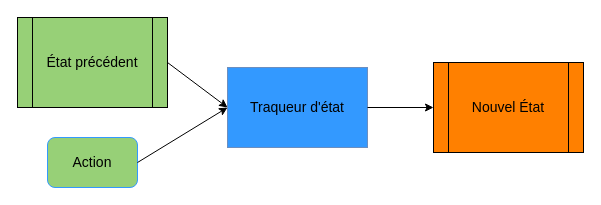
The draw.io diagram images/Conception/DM/Tracker1.drawio in Wissben/Master-Thesis, before the edit. Source tidied: cells renumbered, new cells numbered last; positions are measured from the earlier drawing's top-left corner, leaving out a move shared by most shapes. Both pictures are drawn from the tidied source at 100%, with x=0, y=0 at pixel (17, 17).
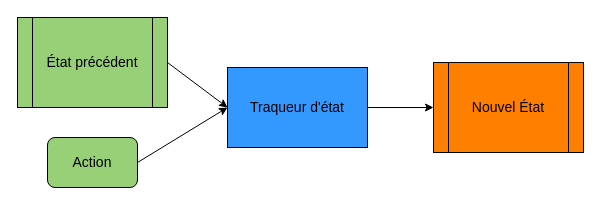
After the change.

Change to the diagram source:
```diff
@@
 <mxGraphModel>
   <root>
     <mxCell id="0" />
     <mxCell id="1" parent="0" />
-    <mxCell id="2" value="&lt;font style=&quot;font-size: 14px&quot;&gt;Traqueur d'état&lt;/font&gt;" style="rounded=0;whiteSpace=wrap;html=1;fillColor=#3399FF;strokeColor=#6c8ebf;" parent="1" vertex="1">
+    <mxCell id="2" value="&lt;font style=&quot;font-size: 14px&quot;&gt;Traqueur d'état&lt;/font&gt;" style="rounded=0;whiteSpace=wrap;html=1;fillColor=#3399FF;strokeColor=#000000;" parent="1" vertex="1">
       <mxGeometry x="210" y="50" width="140" height="80" as="geometry" />
     </mxCell>
-    <mxCell id="3" value="&lt;font style=&quot;font-size: 14px&quot;&gt;Action&lt;/font&gt;" style="rounded=1;whiteSpace=wrap;html=1;fillColor=#97D077;strokeColor=#3399FF;" parent="1" vertex="1">
+    <mxCell id="3" value="&lt;font style=&quot;font-size: 14px&quot;&gt;Action&lt;/font&gt;" style="rounded=1;whiteSpace=wrap;html=1;fillColor=#97D077;strokeColor=#000000;" parent="1" vertex="1">
       <mxGeometry x="30" y="120" width="90" height="50" as="geometry" />
     </mxCell>
     <mxCell id="4" value="&lt;p style=&quot;font-size: 14px&quot;&gt;État précédent&lt;/p&gt;" style="shape=process;whiteSpace=wrap;html=1;backgroundOutline=1;fillColor=#97D077;strokeColor=#000000;" parent="1" vertex="1">
       <mxGeometry width="150" height="90" as="geometry" />
     </mxCell>
     <mxCell id="5" value="&lt;p style=&quot;font-size: 14px&quot;&gt;Nouvel État&lt;br&gt;&lt;/p&gt;" style="shape=process;whiteSpace=wrap;html=1;backgroundOutline=1;fillColor=#FF8000;strokeColor=#000000;" parent="1" vertex="1">
       <mxGeometry x="416" y="45" width="150" height="90" as="geometry" />
     </mxCell>
     <mxCell id="6" style="endArrow=classic;html=1;entryX=0;entryY=0.5;entryDx=0;entryDy=0;exitX=1;exitY=0.5;exitDx=0;exitDy=0;" parent="1" edge="1" source="3" target="2">
       <mxGeometry relative="1" as="geometry" />
     </mxCell>
     <mxCell id="7" style="endArrow=classic;html=1;exitX=1;exitY=0.5;exitDx=0;exitDy=0;entryX=0;entryY=0.5;entryDx=0;entryDy=0;" parent="1" edge="1" source="4" target="2">
       <mxGeometry relative="1" as="geometry" />
     </mxCell>
     <mxCell id="8" style="endArrow=classic;html=1;entryX=0;entryY=0.5;entryDx=0;entryDy=0;" parent="1" edge="1" source="2" target="5">
       <mxGeometry relative="1" as="geometry" />
     </mxCell>
   </root>
 </mxGraphModel>
```
